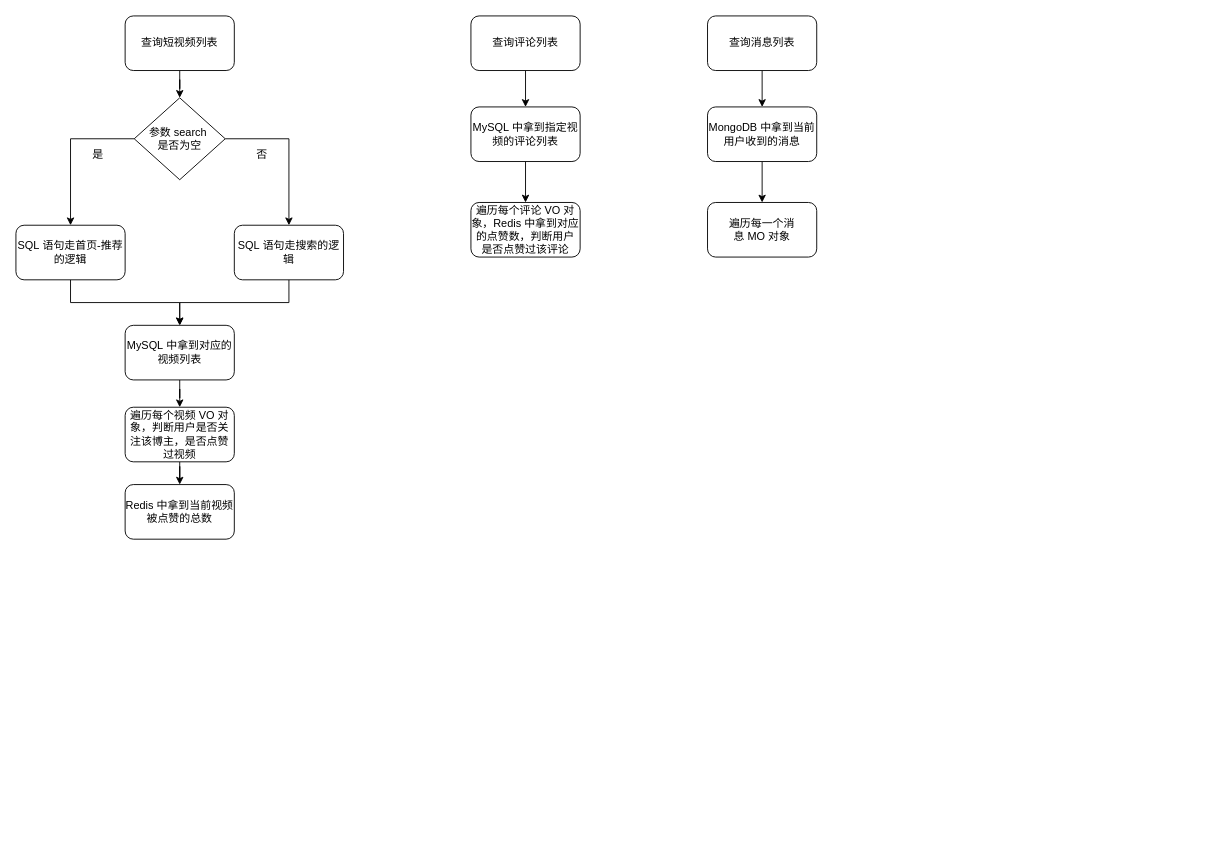
This is 视频模块.drawio from lee11xx/picgo-img, a draw.io file, before an edit. Source tidied: cells renumbered, new cells numbered last; positions are measured from the earlier drawing's top-left corner, leaving out a move shared by most shapes. Both pictures are drawn from the tidied source at 91%, with x=0, y=0 at pixel (15, 15).
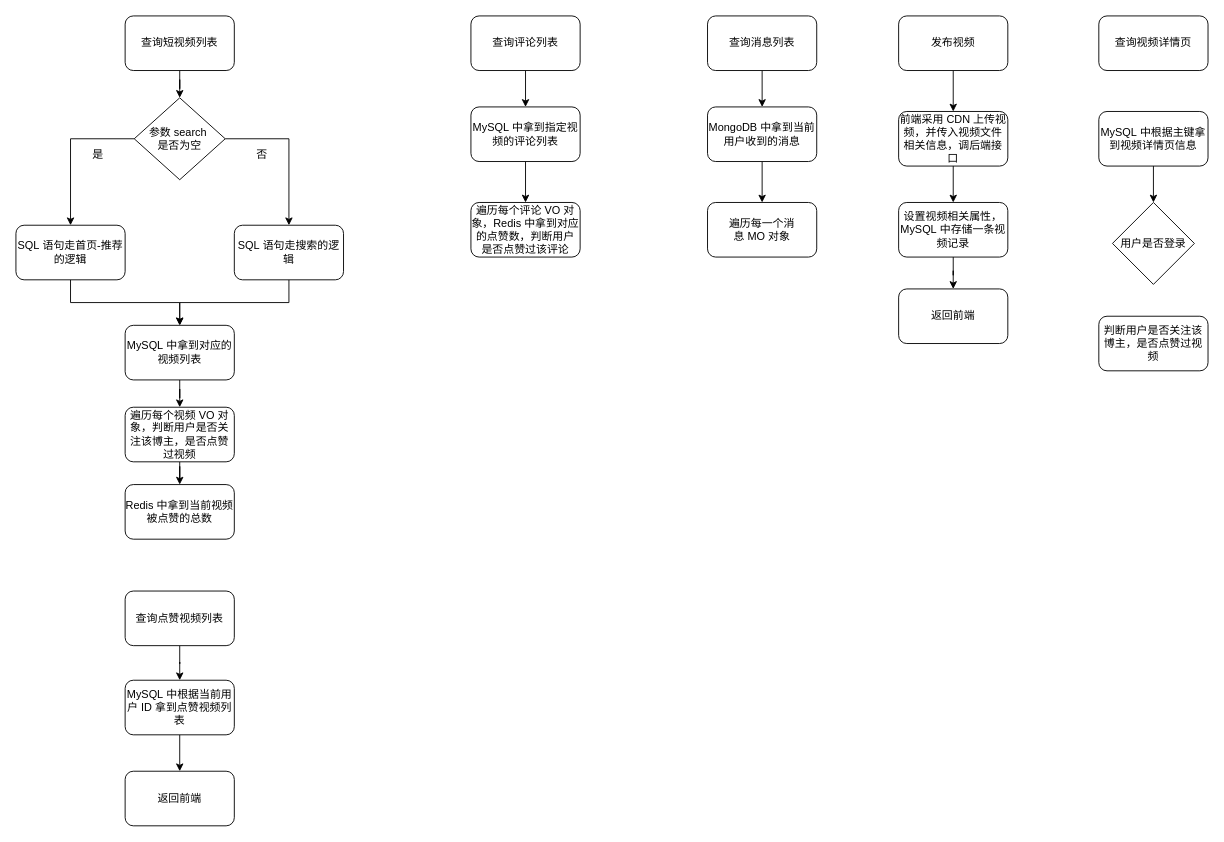
The same page after the edit.

Commit message:
更新视频模块.drawio

What changed in the source:
```diff
@@
+    <mxCell id="28" style="edgeStyle=orthogonalEdgeStyle;rounded=0;jettySize=auto;html=1;" parent="1" edge="1" source="29" target="31">
+      <mxGeometry relative="1" as="geometry" />
+    </mxCell>
+    <mxCell id="29" value="查询点赞视频列表" style="rounded=1;whiteSpace=wrap;html=1;" parent="1" vertex="1">
+      <mxGeometry x="120" y="632" width="120" height="60" as="geometry" />
+    </mxCell>
+    <mxCell id="30" style="edgeStyle=orthogonalEdgeStyle;rounded=0;jettySize=auto;html=1;" parent="1" edge="1" source="31" target="32">
+      <mxGeometry relative="1" as="geometry" />
+    </mxCell>
+    <mxCell id="31" value="MySQL&amp;nbsp;中根据当前用户&amp;nbsp;ID&amp;nbsp;拿到点赞视频列表" style="rounded=1;whiteSpace=wrap;html=1;" parent="1" vertex="1">
+      <mxGeometry x="120" y="730" width="120" height="60" as="geometry" />
+    </mxCell>
+    <mxCell id="32" value="返回前端" style="rounded=1;whiteSpace=wrap;html=1;" parent="1" vertex="1">
+      <mxGeometry x="120" y="830" width="120" height="60" as="geometry" />
+    </mxCell>
+    <mxCell id="33" style="edgeStyle=orthogonalEdgeStyle;rounded=0;jettySize=auto;html=1;" parent="1" edge="1" source="34" target="36">
+      <mxGeometry relative="1" as="geometry" />
+    </mxCell>
+    <mxCell id="34" value="发布视频" style="rounded=1;whiteSpace=wrap;html=1;" parent="1" vertex="1">
+      <mxGeometry x="970" width="120" height="60" as="geometry" />
+    </mxCell>
+    <mxCell id="35" style="edgeStyle=orthogonalEdgeStyle;rounded=0;jettySize=auto;html=1;" parent="1" edge="1" source="36" target="38">
+      <mxGeometry relative="1" as="geometry" />
+    </mxCell>
+    <mxCell id="36" value="前端采用&amp;nbsp;CDN&amp;nbsp;上传视频，并传入视频文件相关信息，调后端接口" style="rounded=1;whiteSpace=wrap;html=1;" parent="1" vertex="1">
+      <mxGeometry x="970" y="105" width="120" height="60" as="geometry" />
+    </mxCell>
+    <mxCell id="37" style="edgeStyle=orthogonalEdgeStyle;rounded=0;jettySize=auto;html=1;" parent="1" edge="1" source="38" target="39">
+      <mxGeometry relative="1" as="geometry" />
+    </mxCell>
+    <mxCell id="38" value="设置视频相关属性，MySQL&amp;nbsp;中存储一条视频记录" style="rounded=1;whiteSpace=wrap;html=1;" parent="1" vertex="1">
+      <mxGeometry x="970" y="205" width="120" height="60" as="geometry" />
+    </mxCell>
+    <mxCell id="39" value="返回前端" style="rounded=1;whiteSpace=wrap;html=1;" parent="1" vertex="1">
+      <mxGeometry x="970" y="300" width="120" height="60" as="geometry" />
+    </mxCell>
+    <mxCell id="40" value="查询视频详情页" style="rounded=1;whiteSpace=wrap;html=1;" parent="1" vertex="1">
+      <mxGeometry x="1190" width="120" height="60" as="geometry" />
+    </mxCell>
+    <mxCell id="41" style="edgeStyle=orthogonalEdgeStyle;rounded=0;jettySize=auto;html=1;" parent="1" edge="1" source="42" target="43">
+      <mxGeometry relative="1" as="geometry" />
+    </mxCell>
+    <mxCell id="42" value="MySQL&amp;nbsp;中根据主键拿到视频详情页信息" style="rounded=1;whiteSpace=wrap;html=1;" parent="1" vertex="1">
+      <mxGeometry x="1190" y="105" width="120" height="60" as="geometry" />
+    </mxCell>
+    <mxCell id="43" value="用户是否登录" style="rhombus;whiteSpace=wrap;html=1;" parent="1" vertex="1">
+      <mxGeometry x="1205" y="205" width="90" height="90" as="geometry" />
+    </mxCell>
+    <mxCell id="44" value="判断用户是否关注该博主，是否点赞过视频" style="rounded=1;whiteSpace=wrap;html=1;" parent="1" vertex="1">
+      <mxGeometry x="1190" y="330" width="120" height="60" as="geometry" />
+    </mxCell>
```
